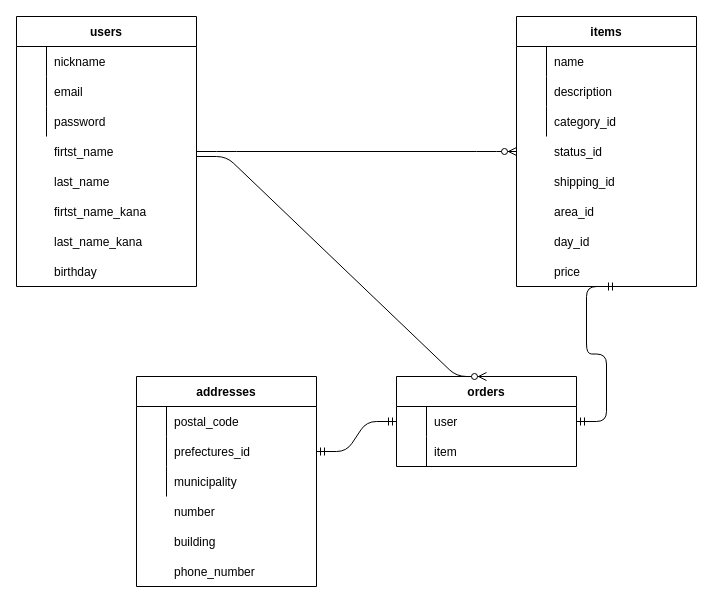
This is furima.dio from yuto730/furima-31141, a draw.io file, before an edit. Source tidied: cells renumbered, new cells numbered last; positions are measured from the earlier drawing's top-left corner, leaving out a move shared by most shapes. Both pictures are drawn from the tidied source at 100%, with x=0, y=0 at pixel (16, 16).
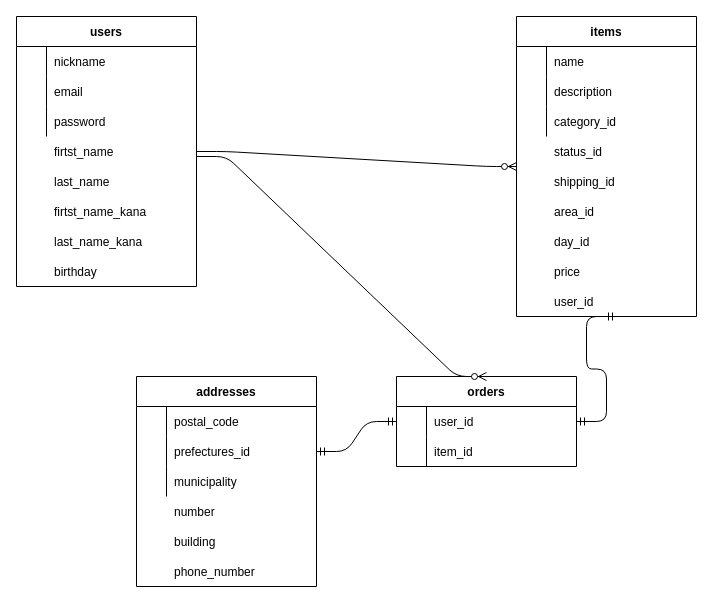
The same diagram, later.

Commit message (it also covers changes not shown here):
データベース設計_修正

The change refers to these unchanged cells:
```xml
<mxCell id="49" style="shape=partialRectangle;fillColor=none;top=0;left=0;bottom=0;right=0;points=[[0,0.5],[1,0.5]];portConstraint=eastwest;" parent="48" vertex="1">
  <mxGeometry y="30" width="180" height="30" as="geometry" />
</mxCell>
<mxCell id="52" style="shape=partialRectangle;fillColor=none;top=0;left=0;bottom=0;right=0;" parent="48" vertex="1">
  <mxGeometry y="60" width="180" height="30" as="geometry" />
</mxCell>
```

Diff of the diagram source:
```diff
@@
     <mxCell id="12" value="items" style="shape=table;startSize=30;childLayout=tableLayout;rowLines=0;fontStyle=1;align=center;" parent="1" vertex="1">
-      <mxGeometry x="500" width="180" height="270" as="geometry" />
+      <mxGeometry x="500" width="180" height="300" as="geometry" />
     </mxCell>
@@
-    <mxCell id="51" value="user" style="shape=partialRectangle;fillColor=none;top=0;left=0;bottom=0;right=0;align=left;spacingLeft=6;overflow=hidden;" parent="49" vertex="1">
+    <mxCell id="51" value="user_id" style="shape=partialRectangle;fillColor=none;top=0;left=0;bottom=0;right=0;align=left;spacingLeft=6;overflow=hidden;" parent="49" vertex="1">
       <mxGeometry x="30" width="150" height="30" as="geometry" />
     </mxCell>
@@
-    <mxCell id="54" value="item" style="shape=partialRectangle;fillColor=none;top=0;left=0;bottom=0;right=0;align=left;spacingLeft=6;overflow=hidden;" parent="52" vertex="1">
+    <mxCell id="54" value="item_id" style="shape=partialRectangle;fillColor=none;top=0;left=0;bottom=0;right=0;align=left;spacingLeft=6;overflow=hidden;" parent="52" vertex="1">
       <mxGeometry x="30" width="150" height="30" as="geometry" />
     </mxCell>
@@
     <mxCell id="56" style="edgeStyle=entityRelationEdgeStyle;fontSize=12;html=1;endArrow=ERmandOne;startArrow=ERmandOne;exitX=1;exitY=0.5;exitDx=0;exitDy=0;" parent="1" edge="1" source="49">
       <mxGeometry relative="1" as="geometry">
-        <mxPoint x="600" y="270" as="targetPoint" />
+        <mxPoint x="600" y="300" as="targetPoint" />
       </mxGeometry>
     </mxCell>
@@
+    <mxCell id="58" value="user_id" style="shape=partialRectangle;fillColor=none;top=0;left=0;bottom=0;right=0;align=left;spacingLeft=6;overflow=hidden;" parent="1" vertex="1">
+      <mxGeometry x="530" y="270" width="150" height="30" as="geometry" />
+    </mxCell>
```
